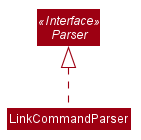
Above: docs/images/linkFunction/ParserClassDiagram.png in urieltan/tp (PlantUML), before the change. Its diagram source:
```plantuml
@startuml








skinparam BackgroundColor #FFFFFFF

skinparam Shadowing false

skinparam Class {
    FontColor #FFFFFF
    BorderThickness 1
    BorderColor #FFFFFF
    StereotypeFontColor #FFFFFF
    FontName Arial
}

skinparam Actor {
    BorderColor #000000
    Color #000000
    FontName Arial
}

skinparam Sequence {
    MessageAlign center
    BoxFontSize 15
    BoxPadding 0
    BoxFontColor #FFFFFF
    FontName Arial
}

skinparam Participant {
    FontColor #FFFFFFF
    Padding 20
}

skinparam MinClassWidth 50
skinparam ParticipantPadding 10
skinparam Shadowing false
skinparam DefaultTextAlignment center
skinparam packageStyle Rectangle

hide footbox
hide members
hide circle
skinparam arrowThickness 1.1
skinparam arrowColor #9D0012
skinparam classBackgroundColor #9D0012

interface Parser <<Interface>>
class LinkCommandParser

Parser <|.. LinkCommandParser

@enduml
```
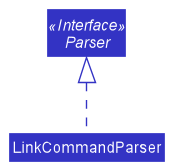
The same diagram one commit later.

What changed in the source:
```diff
@@ -1,55 +1,8 @@
 @startuml
-
-
-
-
-
-
-
-
-skinparam BackgroundColor #FFFFFFF
-
-skinparam Shadowing false
-
-skinparam Class {
-    FontColor #FFFFFF
-    BorderThickness 1
-    BorderColor #FFFFFF
-    StereotypeFontColor #FFFFFF
-    FontName Arial
-}
-
-skinparam Actor {
-    BorderColor #000000
-    Color #000000
-    FontName Arial
-}
-
-skinparam Sequence {
-    MessageAlign center
-    BoxFontSize 15
-    BoxPadding 0
-    BoxFontColor #FFFFFF
-    FontName Arial
-}
-
-skinparam Participant {
-    FontColor #FFFFFFF
-    Padding 20
-}
-
-skinparam MinClassWidth 50
-skinparam ParticipantPadding 10
-skinparam Shadowing false
-skinparam DefaultTextAlignment center
-skinparam packageStyle Rectangle
-
-hide footbox
-hide members
-hide circle
+!include style.puml
 skinparam arrowThickness 1.1
-skinparam arrowColor #9D0012
-skinparam classBackgroundColor #9D0012
+skinparam arrowColor LOGIC_COLOR
+skinparam classBackgroundColor LOGIC_COLOR
 
 interface Parser <<Interface>>
 class LinkCommandParser
```
